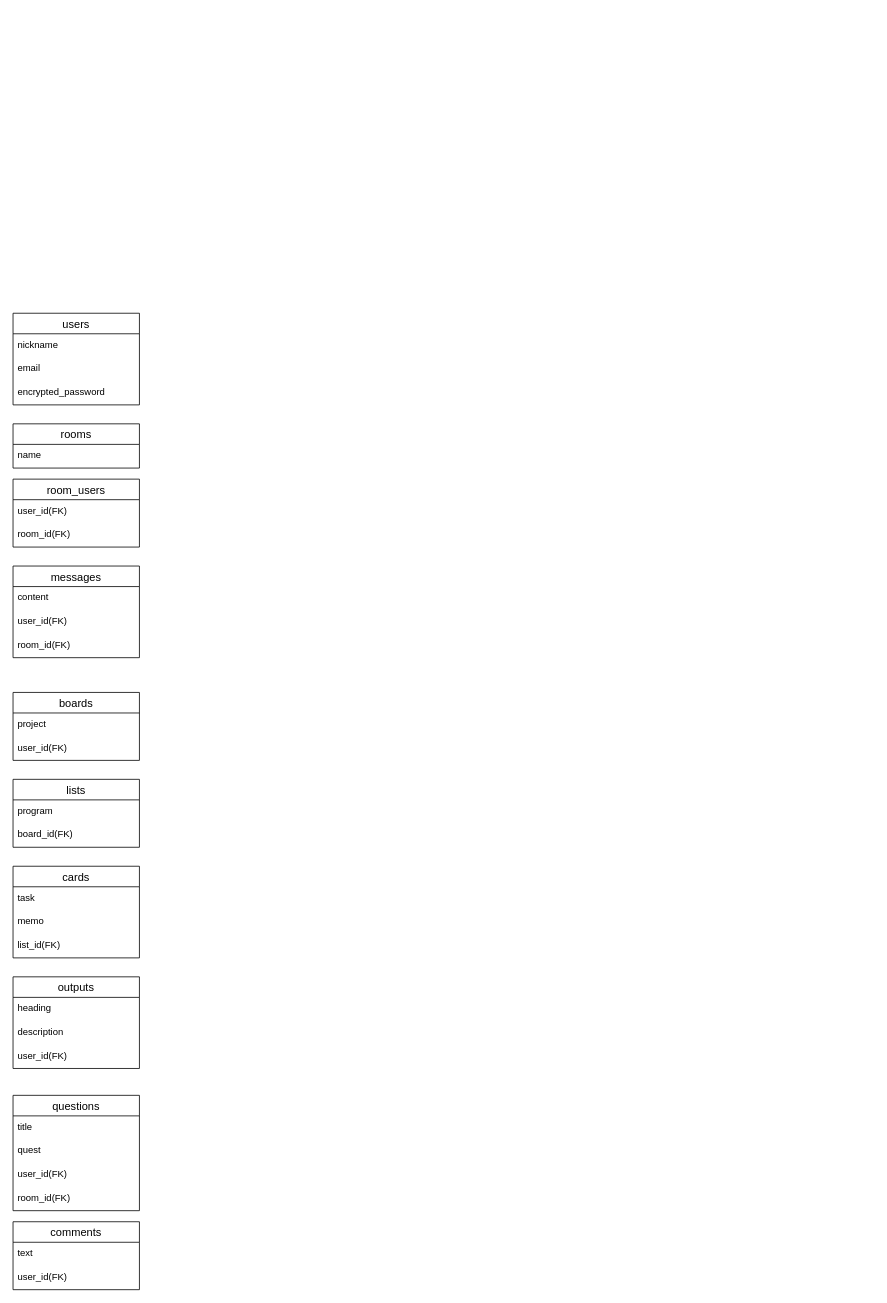
The draw.io diagram ER.dio in zakizakinozaki/task_app, before the edit. Source tidied: cells renumbered, new cells numbered last; positions are measured from the earlier drawing's top-left corner, leaving out a move shared by most shapes. Both pictures are drawn from the tidied source at 79%, with x=0, y=0 at pixel (13, 313).
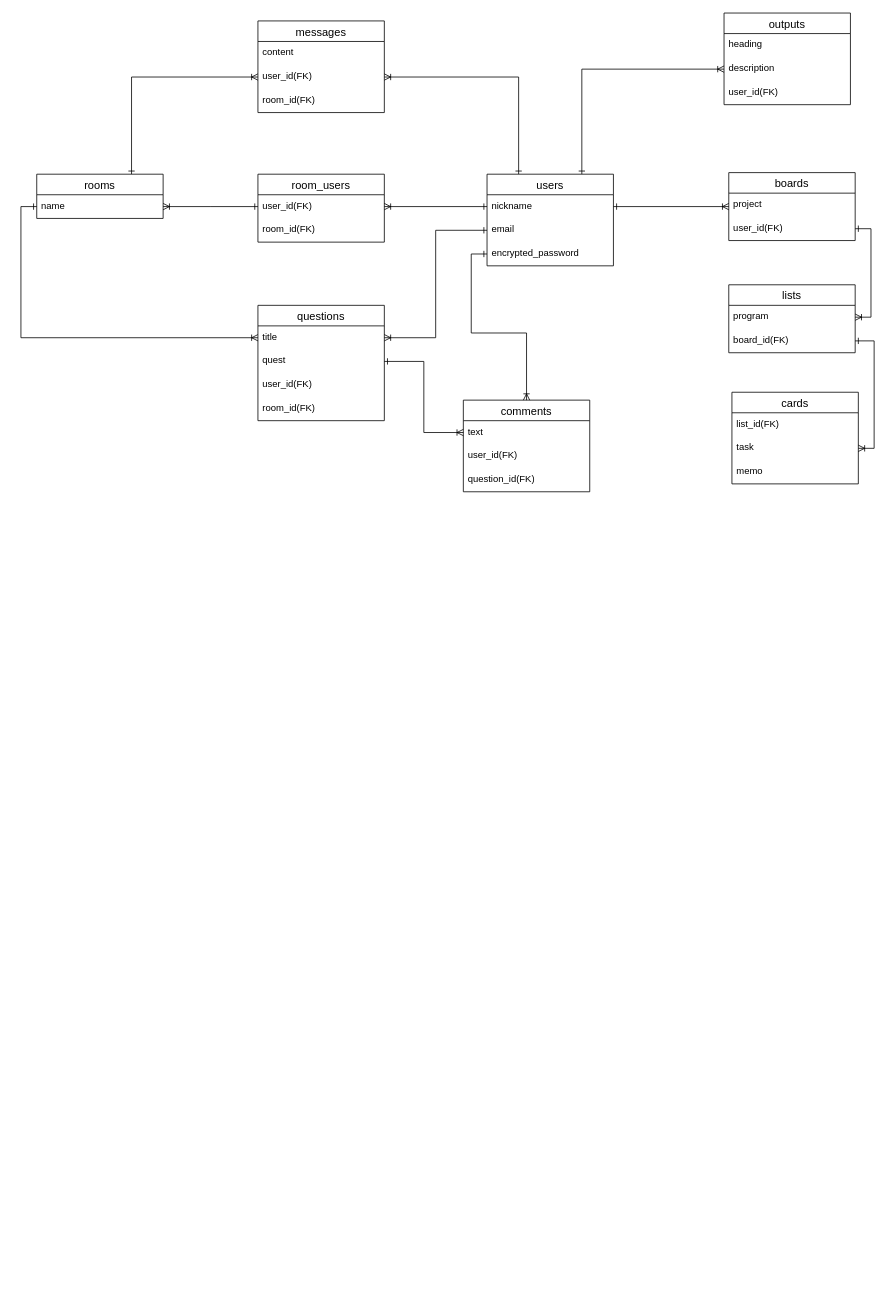
The same diagram, later.

The change refers to these unchanged cells:
```xml
<mxCell id="3" value="nickname" style="text;strokeColor=none;fillColor=none;spacingLeft=4;spacingRight=4;overflow=hidden;points=[[0,0.5],[1,0.5]];portConstraint=eastwest;fontSize=12;" parent="2" vertex="1">
  <mxGeometry y="26" width="160" height="30" as="geometry" />
</mxCell>
<mxCell id="4" value="email" style="text;strokeColor=none;fillColor=none;spacingLeft=4;spacingRight=4;overflow=hidden;points=[[0,0.5],[1,0.5]];portConstraint=eastwest;fontSize=12;" parent="2" vertex="1">
  <mxGeometry y="56" width="160" height="30" as="geometry" />
</mxCell>
<mxCell id="5" value="encrypted_password" style="text;strokeColor=none;fillColor=none;spacingLeft=4;spacingRight=4;overflow=hidden;points=[[0,0.5],[1,0.5]];portConstraint=eastwest;fontSize=12;" parent="2" vertex="1">
  <mxGeometry y="86" width="160" height="30" as="geometry" />
</mxCell>
<mxCell id="9" value="user_id(FK)" style="text;strokeColor=none;fillColor=none;spacingLeft=4;spacingRight=4;overflow=hidden;points=[[0,0.5],[1,0.5]];portConstraint=eastwest;fontSize=12;" parent="8" vertex="1">
  <mxGeometry y="26" width="160" height="30" as="geometry" />
</mxCell>
<mxCell id="13" value="user_id(FK)" style="text;strokeColor=none;fillColor=none;spacingLeft=4;spacingRight=4;overflow=hidden;points=[[0,0.5],[1,0.5]];portConstraint=eastwest;fontSize=12;" parent="11" vertex="1">
  <mxGeometry y="56" width="160" height="30" as="geometry" />
</mxCell>
<mxCell id="17" value="user_id(FK)" style="text;strokeColor=none;fillColor=none;spacingLeft=4;spacingRight=4;overflow=hidden;points=[[0,0.5],[1,0.5]];portConstraint=eastwest;fontSize=12;" parent="15" vertex="1">
  <mxGeometry y="56" width="160" height="30" as="geometry" />
</mxCell>
<mxCell id="19" value="program" style="text;strokeColor=none;fillColor=none;spacingLeft=4;spacingRight=4;overflow=hidden;points=[[0,0.5],[1,0.5]];portConstraint=eastwest;fontSize=12;" parent="18" vertex="1">
  <mxGeometry y="26" width="160" height="30" as="geometry" />
</mxCell>
<mxCell id="20" value="board_id(FK)" style="text;strokeColor=none;fillColor=none;spacingLeft=4;spacingRight=4;overflow=hidden;points=[[0,0.5],[1,0.5]];portConstraint=eastwest;fontSize=12;" parent="18" vertex="1">
  <mxGeometry y="56" width="160" height="30" as="geometry" />
</mxCell>
<mxCell id="27" value="description" style="text;strokeColor=none;fillColor=none;spacingLeft=4;spacingRight=4;overflow=hidden;points=[[0,0.5],[1,0.5]];portConstraint=eastwest;fontSize=12;" parent="25" vertex="1">
  <mxGeometry y="56" width="160" height="30" as="geometry" />
</mxCell>
<mxCell id="30" value="title" style="text;strokeColor=none;fillColor=none;spacingLeft=4;spacingRight=4;overflow=hidden;points=[[0,0.5],[1,0.5]];portConstraint=eastwest;fontSize=12;" parent="29" vertex="1">
  <mxGeometry y="26" width="160" height="30" as="geometry" />
</mxCell>
<mxCell id="31" value="quest" style="text;strokeColor=none;fillColor=none;spacingLeft=4;spacingRight=4;overflow=hidden;points=[[0,0.5],[1,0.5]];portConstraint=eastwest;fontSize=12;" parent="29" vertex="1">
  <mxGeometry y="56" width="160" height="30" as="geometry" />
</mxCell>
<mxCell id="35" value="text" style="text;strokeColor=none;fillColor=none;spacingLeft=4;spacingRight=4;overflow=hidden;points=[[0,0.5],[1,0.5]];portConstraint=eastwest;fontSize=12;" parent="34" vertex="1">
  <mxGeometry y="26" width="160" height="30" as="geometry" />
</mxCell>
```

Change to the diagram source:
```diff
@@
+    <mxCell id="37" style="edgeStyle=orthogonalEdgeStyle;rounded=0;jettySize=auto;html=1;exitX=0.25;exitY=0;exitDx=0;exitDy=0;entryX=1;entryY=0.5;entryDx=0;entryDy=0;startArrow=ERone;startFill=0;endArrow=ERoneToMany;endFill=0;" parent="1" edge="1" source="2" target="13">
+      <mxGeometry relative="1" as="geometry" />
+    </mxCell>
+    <mxCell id="38" style="edgeStyle=orthogonalEdgeStyle;rounded=0;jettySize=auto;html=1;exitX=0.75;exitY=0;exitDx=0;exitDy=0;entryX=0;entryY=0.5;entryDx=0;entryDy=0;startArrow=ERone;startFill=0;endArrow=ERoneToMany;endFill=0;" parent="1" edge="1" source="2" target="27">
+      <mxGeometry relative="1" as="geometry" />
+    </mxCell>
     <mxCell id="2" value="users" style="swimlane;fontStyle=0;horizontal=1;startSize=26;align=center;fontSize=14;" parent="1" vertex="1">
-      <mxGeometry width="160" height="116" as="geometry" />
+      <mxGeometry x="600" y="-176" width="160" height="116" as="geometry" />
     </mxCell>
@@
+    <mxCell id="39" style="edgeStyle=orthogonalEdgeStyle;rounded=0;jettySize=auto;html=1;exitX=0.75;exitY=0;exitDx=0;exitDy=0;entryX=0;entryY=0.5;entryDx=0;entryDy=0;startArrow=ERone;startFill=0;endArrow=ERoneToMany;endFill=0;" parent="1" edge="1" source="6" target="13">
+      <mxGeometry relative="1" as="geometry" />
+    </mxCell>
     <mxCell id="6" value="rooms" style="swimlane;fontStyle=0;horizontal=1;startSize=26;align=center;fontSize=14;" parent="1" vertex="1">
-      <mxGeometry y="140" width="160" height="56" as="geometry" />
+      <mxGeometry x="30" y="-176" width="160" height="56" as="geometry" />
     </mxCell>
-    <mxCell id="7" value="name" style="text;strokeColor=none;fillColor=none;spacingLeft=4;spacingRight=4;overflow=hidden;points=[[0,0.5],[1,0.5]];portConstraint=eastwest;fontSize=12;" parent="6" vertex="1">
-      <mxGeometry y="26" width="160" height="30" as="geometry" />
-    </mxCell>
     <mxCell id="8" value="room_users" style="swimlane;fontStyle=0;horizontal=1;startSize=26;align=center;fontSize=14;" parent="1" vertex="1">
-      <mxGeometry y="210" width="160" height="86" as="geometry" />
+      <mxGeometry x="310" y="-176" width="160" height="86" as="geometry" />
     </mxCell>
@@
     <mxCell id="11" value="messages" style="swimlane;fontStyle=0;horizontal=1;startSize=26;align=center;fontSize=14;" parent="1" vertex="1">
-      <mxGeometry y="320" width="160" height="116" as="geometry" />
+      <mxGeometry x="310" y="-370" width="160" height="116" as="geometry" />
     </mxCell>
@@
     <mxCell id="15" value="boards" style="swimlane;fontStyle=0;horizontal=1;startSize=26;align=center;fontSize=14;" parent="1" vertex="1">
-      <mxGeometry y="480" width="160" height="86" as="geometry" />
+      <mxGeometry x="906" y="-178" width="160" height="86" as="geometry" />
     </mxCell>
@@
     <mxCell id="18" value="lists" style="swimlane;fontStyle=0;horizontal=1;startSize=26;align=center;fontSize=14;" parent="1" vertex="1">
-      <mxGeometry y="590" width="160" height="86" as="geometry" />
+      <mxGeometry x="906" y="-36" width="160" height="86" as="geometry" />
     </mxCell>
@@
     <mxCell id="21" value="cards" style="swimlane;fontStyle=0;horizontal=1;startSize=26;align=center;fontSize=14;" parent="1" vertex="1">
-      <mxGeometry y="700" width="160" height="116" as="geometry" />
+      <mxGeometry x="910" y="100" width="160" height="116" as="geometry" />
     </mxCell>
+    <mxCell id="24" value="list_id(FK)" style="text;strokeColor=none;fillColor=none;spacingLeft=4;spacingRight=4;overflow=hidden;fontSize=12;" parent="21" vertex="1">
+      <mxGeometry y="26" width="160" height="30" as="geometry" />
+    </mxCell>
     <mxCell id="22" value="task" style="text;strokeColor=none;fillColor=none;spacingLeft=4;spacingRight=4;overflow=hidden;points=[[0,0.5],[1,0.5]];portConstraint=eastwest;fontSize=12;" parent="21" vertex="1">
-      <mxGeometry y="26" width="160" height="30" as="geometry" />
+      <mxGeometry y="56" width="160" height="30" as="geometry" />
     </mxCell>
     <mxCell id="23" value="memo" style="text;strokeColor=none;fillColor=none;spacingLeft=4;spacingRight=4;overflow=hidden;fontSize=12;" parent="21" vertex="1">
-      <mxGeometry y="56" width="160" height="30" as="geometry" />
+      <mxGeometry y="86" width="160" height="30" as="geometry" />
     </mxCell>
-    <mxCell id="24" value="list_id(FK)" style="text;strokeColor=none;fillColor=none;spacingLeft=4;spacingRight=4;overflow=hidden;fontSize=12;" parent="21" vertex="1">
-      <mxGeometry y="86" width="160" height="30" as="geometry" />
-    </mxCell>
     <mxCell id="25" value="outputs" style="swimlane;fontStyle=0;horizontal=1;startSize=26;align=center;fontSize=14;" parent="1" vertex="1">
-      <mxGeometry y="840" width="160" height="116" as="geometry" />
+      <mxGeometry x="900" y="-380" width="160" height="116" as="geometry" />
     </mxCell>
@@
     <mxCell id="29" value="questions" style="swimlane;fontStyle=0;horizontal=1;startSize=26;align=center;fontSize=14;" parent="1" vertex="1">
-      <mxGeometry y="990" width="160" height="146" as="geometry" />
+      <mxGeometry x="310" y="-10" width="160" height="146" as="geometry" />
     </mxCell>
@@
     <mxCell id="34" value="comments" style="swimlane;fontStyle=0;horizontal=1;startSize=26;align=center;fontSize=14;" parent="1" vertex="1">
-      <mxGeometry y="1150" width="160" height="86" as="geometry" />
+      <mxGeometry x="570" y="110" width="160" height="116" as="geometry" />
     </mxCell>
@@
+    <mxCell id="40" value="question_id(FK)" style="text;strokeColor=none;fillColor=none;spacingLeft=4;spacingRight=4;overflow=hidden;fontSize=12;" parent="34" vertex="1">
+      <mxGeometry y="86" width="160" height="30" as="geometry" />
+    </mxCell>
+    <mxCell id="41" style="edgeStyle=orthogonalEdgeStyle;rounded=0;jettySize=auto;html=1;exitX=1;exitY=0.5;exitDx=0;exitDy=0;entryX=0;entryY=0.5;entryDx=0;entryDy=0;endArrow=ERoneToMany;endFill=0;startArrow=ERone;startFill=0;" parent="1" edge="1" source="3" target="15">
+      <mxGeometry relative="1" as="geometry" />
+    </mxCell>
+    <mxCell id="42" style="edgeStyle=orthogonalEdgeStyle;rounded=0;jettySize=auto;html=1;exitX=1;exitY=0.5;exitDx=0;exitDy=0;entryX=1;entryY=0.5;entryDx=0;entryDy=0;startArrow=ERone;startFill=0;endArrow=ERoneToMany;endFill=0;" parent="1" edge="1" source="17" target="19">
+      <mxGeometry relative="1" as="geometry" />
+    </mxCell>
+    <mxCell id="43" style="edgeStyle=orthogonalEdgeStyle;rounded=0;jettySize=auto;html=1;exitX=1;exitY=0.5;exitDx=0;exitDy=0;entryX=1;entryY=0.5;entryDx=0;entryDy=0;startArrow=ERone;startFill=0;endArrow=ERoneToMany;endFill=0;" parent="1" edge="1" source="20" target="22">
+      <mxGeometry relative="1" as="geometry" />
+    </mxCell>
+    <mxCell id="44" style="edgeStyle=orthogonalEdgeStyle;rounded=0;jettySize=auto;html=1;exitX=0;exitY=0.5;exitDx=0;exitDy=0;startArrow=ERone;startFill=0;endArrow=ERoneToMany;endFill=0;" parent="1" edge="1" source="9">
+      <mxGeometry relative="1" as="geometry">
+        <mxPoint x="190" y="-135" as="targetPoint" />
+      </mxGeometry>
+    </mxCell>
+    <mxCell id="45" style="edgeStyle=orthogonalEdgeStyle;rounded=0;jettySize=auto;html=1;exitX=0;exitY=0.5;exitDx=0;exitDy=0;entryX=0;entryY=0.5;entryDx=0;entryDy=0;startArrow=ERone;startFill=0;endArrow=ERoneToMany;endFill=0;" parent="1" edge="1" source="7" target="30">
+      <mxGeometry relative="1" as="geometry" />
+    </mxCell>
+    <mxCell id="7" value="name" style="text;strokeColor=none;fillColor=none;spacingLeft=4;spacingRight=4;overflow=hidden;points=[[0,0.5],[1,0.5]];portConstraint=eastwest;fontSize=12;" parent="1" vertex="1">
+      <mxGeometry x="30" y="-150" width="160" height="30" as="geometry" />
+    </mxCell>
+    <mxCell id="46" style="edgeStyle=orthogonalEdgeStyle;rounded=0;jettySize=auto;html=1;exitX=0;exitY=0.5;exitDx=0;exitDy=0;entryX=1;entryY=0.5;entryDx=0;entryDy=0;startArrow=ERone;startFill=0;endArrow=ERoneToMany;endFill=0;" parent="1" edge="1" source="3" target="9">
+      <mxGeometry relative="1" as="geometry" />
+    </mxCell>
+    <mxCell id="47" style="edgeStyle=orthogonalEdgeStyle;rounded=0;jettySize=auto;html=1;exitX=0;exitY=0.5;exitDx=0;exitDy=0;entryX=1;entryY=0.5;entryDx=0;entryDy=0;startArrow=ERone;startFill=0;endArrow=ERoneToMany;endFill=0;" parent="1" edge="1" source="4" target="30">
+      <mxGeometry relative="1" as="geometry" />
+    </mxCell>
+    <mxCell id="48" style="edgeStyle=orthogonalEdgeStyle;rounded=0;jettySize=auto;html=1;exitX=0;exitY=0.5;exitDx=0;exitDy=0;entryX=0.5;entryY=0;entryDx=0;entryDy=0;startArrow=ERone;startFill=0;endArrow=ERoneToMany;endFill=0;" parent="1" edge="1" source="5" target="34">
+      <mxGeometry relative="1" as="geometry" />
+    </mxCell>
+    <mxCell id="49" style="edgeStyle=orthogonalEdgeStyle;rounded=0;jettySize=auto;html=1;exitX=1;exitY=0.5;exitDx=0;exitDy=0;entryX=0;entryY=0.5;entryDx=0;entryDy=0;startArrow=ERone;startFill=0;endArrow=ERoneToMany;endFill=0;" parent="1" edge="1" source="31" target="35">
+      <mxGeometry relative="1" as="geometry" />
+    </mxCell>
```
